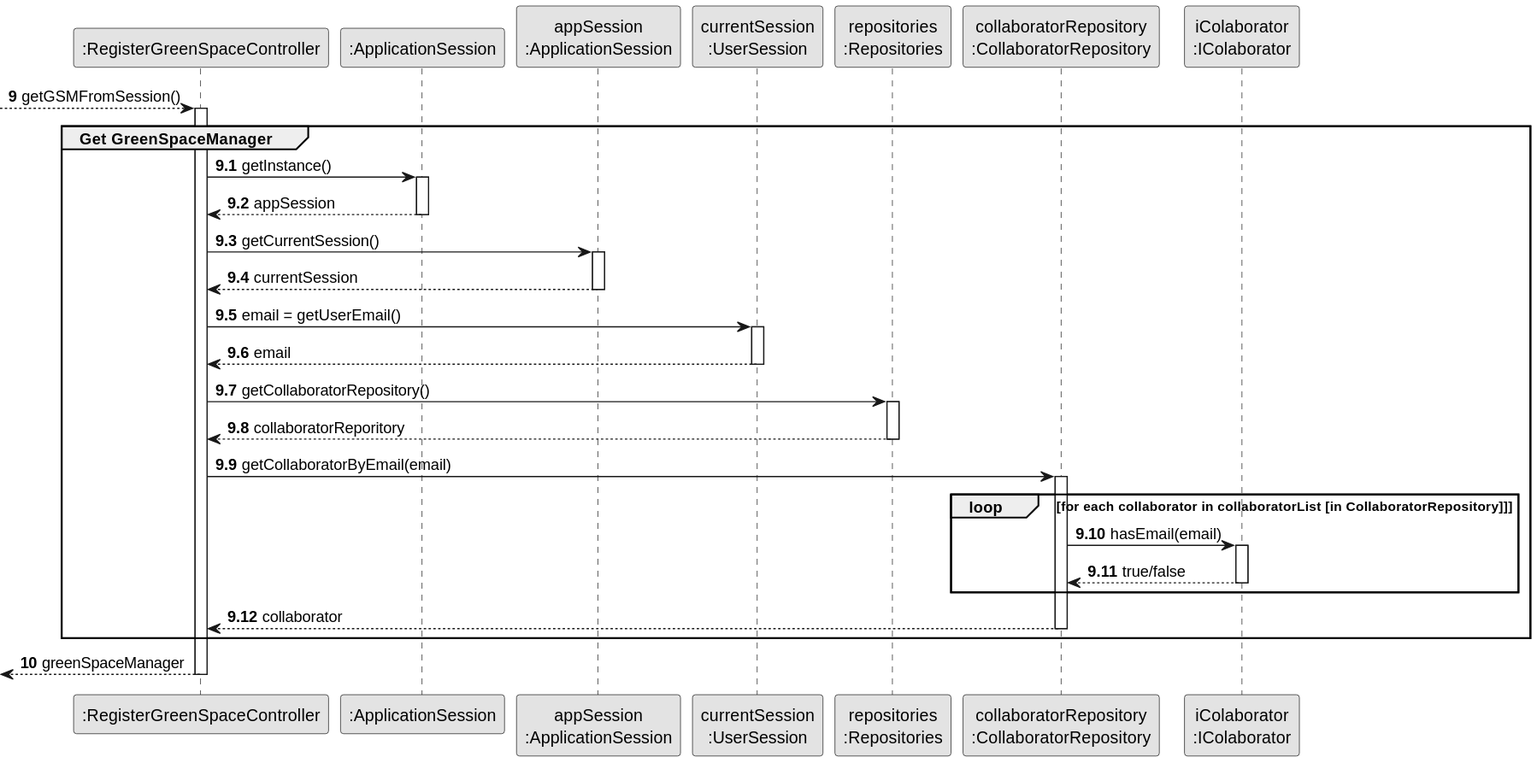
Earlier version of the PlantUML export docs/sprint3/us20/03.design/svg/us20-partial-sequence-diagram-get-GSM.svg (Departamento-de-Engenharia-Informatica/lei-24-s2-1db-g022).
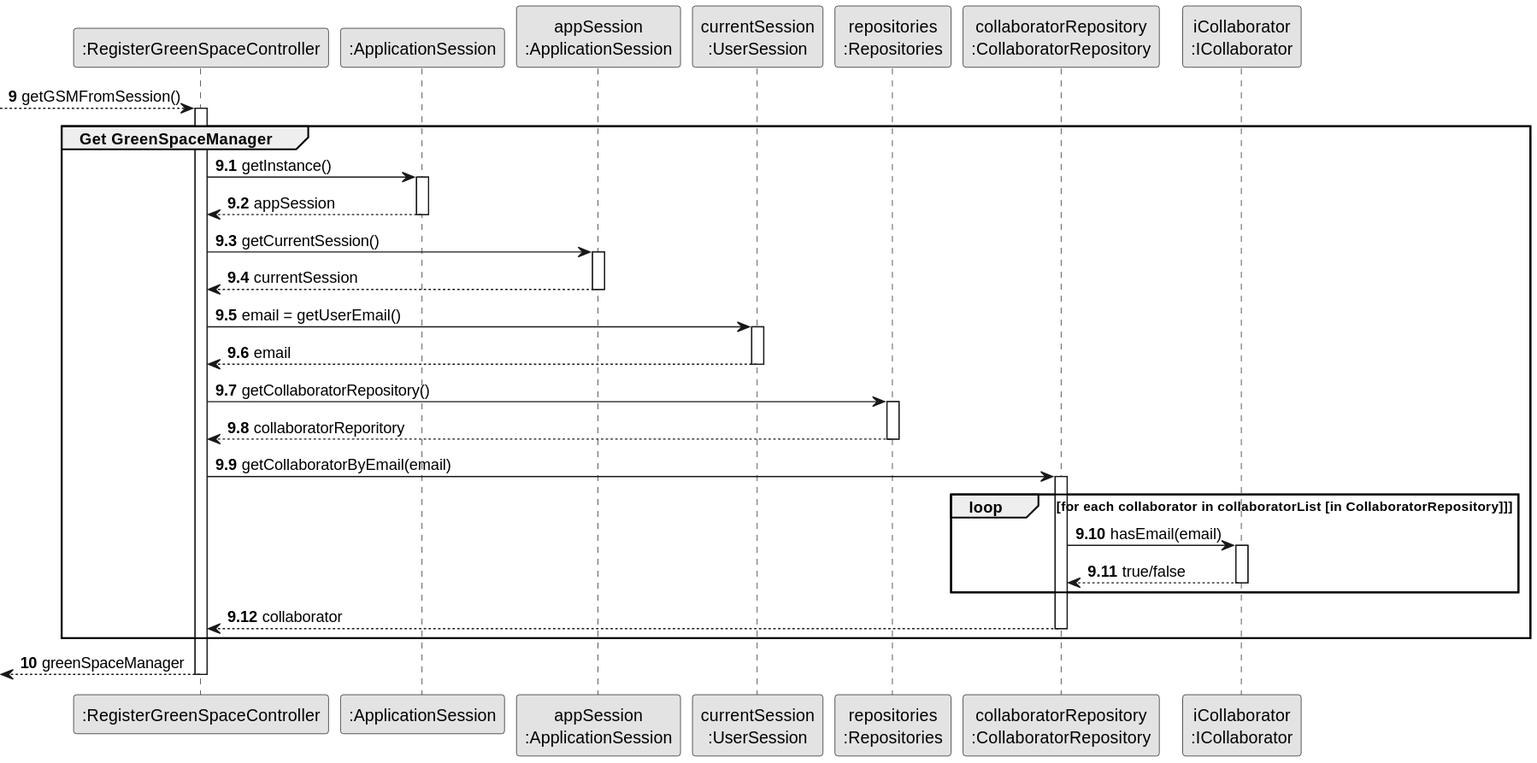
After the commit.

Change to the diagram source:
```diff
@@ -8,7 +8,7 @@
 participant "currentSession\n:UserSession" as SESSAO
 participant "repositories\n:Repositories" as REPO
 participant "collaboratorRepository\n:CollaboratorRepository" as COLREPO
-participant "iColaborator\n:IColaborator" as ICOL
+participant "iCollaborator\n:ICollaborator" as ICOL
 
 autonumber 9
 
```
